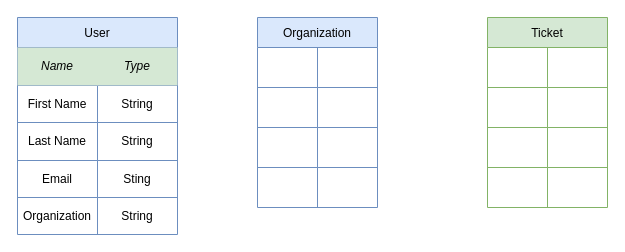
The draw.io diagram page "Services" (2 of 4) of Untitled Diagram.drawio in s3un/system-architecture, before the edit. Source tidied: cells renumbered, new cells numbered last; positions are measured from the earlier drawing's top-left corner, leaving out a move shared by most shapes. Both pictures are drawn from the tidied source at 100%, with x=0, y=0 at pixel (17, 17).
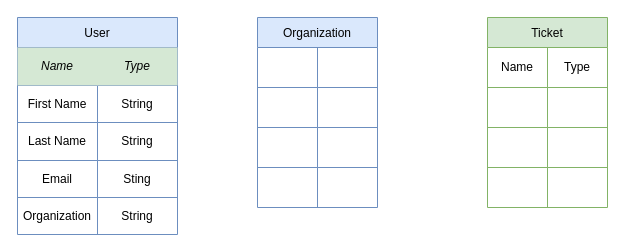
Above is the later version.

Unchanged cells that the change refers to:
```xml
<mxCell id="31" value="Ticket" style="shape=table;startSize=30;childLayout=tableLayout;fillColor=#d5e8d4;strokeColor=#82b366;" parent="1" vertex="1">
  <mxGeometry x="470" width="120" height="190" as="geometry" />
</mxCell>
```

Diff of the diagram source:
```diff
@@
-    <mxCell id="32" style="shape=tableRow;horizontal=0;startSize=0;swimlaneHead=0;swimlaneBody=0;strokeColor=inherit;top=0;left=0;bottom=0;right=0;fillColor=none;" parent="31" vertex="1">
+    <mxCell id="32" style="shape=tableRow;horizontal=0;startSize=0;swimlaneHead=0;swimlaneBody=0;strokeColor=inherit;top=0;left=0;bottom=0;right=0;fillColor=none;fontStyle=0;" parent="31" vertex="1">
       <mxGeometry y="30" width="120" height="40" as="geometry" />
     </mxCell>
-    <mxCell id="33" style="shape=partialRectangle;html=1;whiteSpace=wrap;strokeColor=inherit;overflow=hidden;fillColor=none;top=0;left=0;bottom=0;right=0;" parent="32" vertex="1">
+    <mxCell id="33" value="Name" style="shape=partialRectangle;html=1;whiteSpace=wrap;strokeColor=inherit;overflow=hidden;fillColor=none;top=0;left=0;bottom=0;right=0;" parent="32" vertex="1">
       <mxGeometry width="60" height="40" as="geometry" />
     </mxCell>
-    <mxCell id="34" style="shape=partialRectangle;html=1;whiteSpace=wrap;strokeColor=inherit;overflow=hidden;fillColor=none;top=0;left=0;bottom=0;right=0;" parent="32" vertex="1">
+    <mxCell id="34" value="Type" style="shape=partialRectangle;html=1;whiteSpace=wrap;strokeColor=inherit;overflow=hidden;fillColor=none;top=0;left=0;bottom=0;right=0;" parent="32" vertex="1">
       <mxGeometry x="60" width="60" height="40" as="geometry" />
     </mxCell>
```
